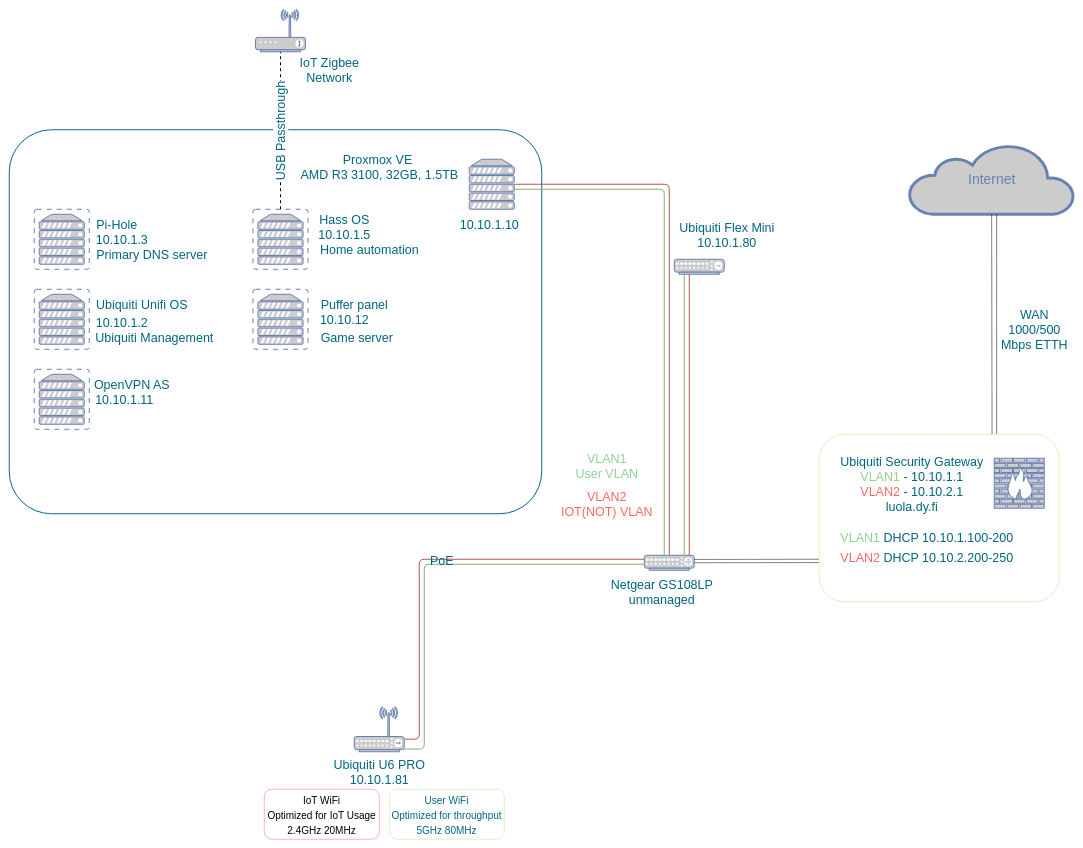
The draw.io diagram network.drawio in Vili-B/HomeLab, before the edit. Source tidied: cells renumbered, new cells numbered last; positions are measured from the earlier drawing's top-left corner, leaving out a move shared by most shapes. Both pictures are drawn from the tidied source at 50%, with x=0, y=0 at pixel (9, 9).
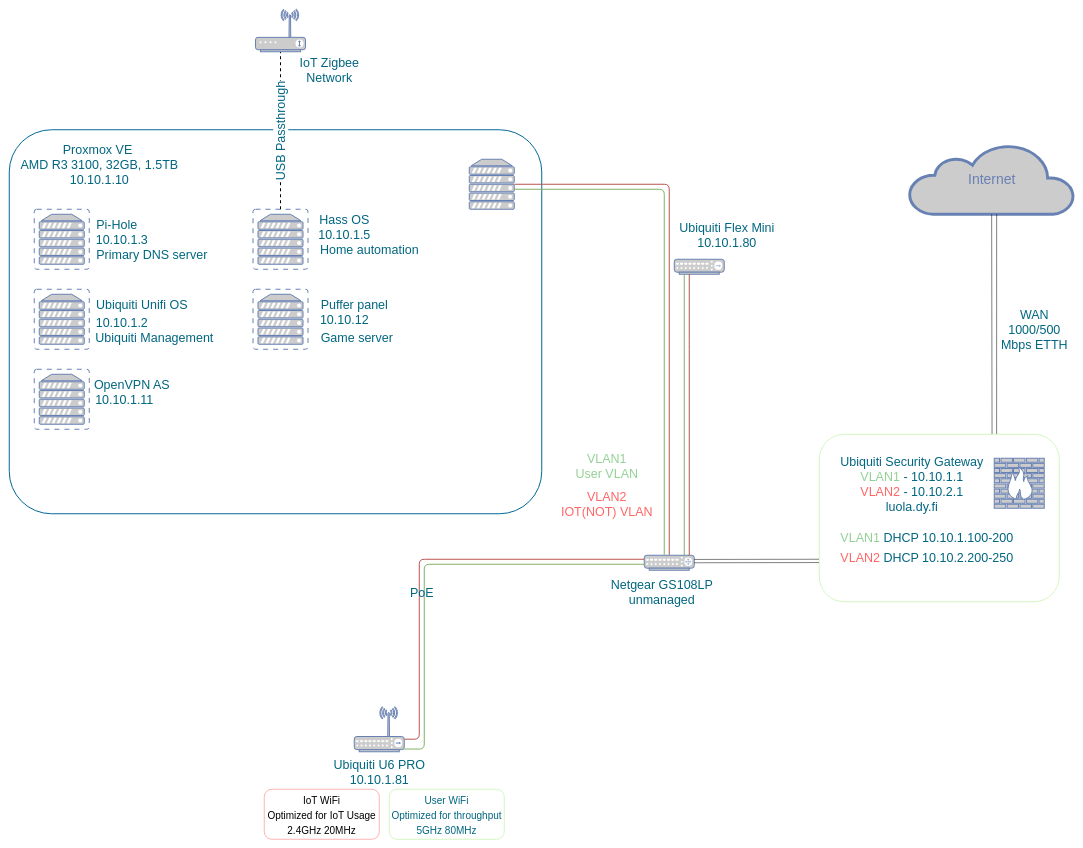
Above is the later version.

The edit, as a diff of the source:
```diff
@@
-    <mxCell id="9" value="Proxmox VE&amp;nbsp;&lt;br&gt;AMD R3 3100, 32GB, 1.5TB" style="text;html=1;align=center;verticalAlign=middle;strokeColor=none;fillColor=none;fontSize=25;fontColor=#006680;" parent="1" vertex="1">
-      <mxGeometry x="570" y="280" width="340" height="70" as="geometry" />
+    <mxCell id="9" value="Proxmox VE&amp;nbsp;&lt;br&gt;AMD R3 3100, 32GB, 1.5TB&lt;br&gt;10.10.1.10" style="text;html=1;align=center;verticalAlign=middle;strokeColor=none;fillColor=none;fontSize=25;fontColor=#006680;" parent="1" vertex="1">
+      <mxGeometry x="10" y="260" width="340" height="100" as="geometry" />
     </mxCell>
@@
     <mxCell id="30" value="PoE" style="text;html=1;align=center;verticalAlign=middle;strokeColor=none;fillColor=none;fontSize=25;fontColor=#006680;" parent="1" vertex="1">
-      <mxGeometry x="830" y="1082" width="70" height="40" as="geometry" />
+      <mxGeometry x="790" y="1145" width="70" height="40" as="geometry" />
     </mxCell>
@@
-    <mxCell id="44" value="10.10.1.10" style="text;html=1;align=center;verticalAlign=middle;strokeColor=none;fillColor=none;fontSize=25;fontColor=#006680;" parent="1" vertex="1">
-      <mxGeometry x="890" y="410" width="140" height="40" as="geometry" />
-    </mxCell>
```
